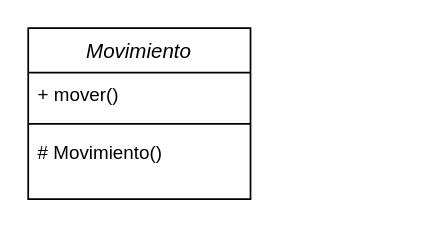
xksis/Tarea1 keeps this draw.io diagram as Diagrama sin título.drawio. Above is the earlier version. Source tidied: cells renumbered, new cells numbered last; positions are measured from the earlier drawing's top-left corner, leaving out a move shared by most shapes. Both pictures are drawn from the tidied source at 171%, with x=0, y=0 at pixel (27, 27).
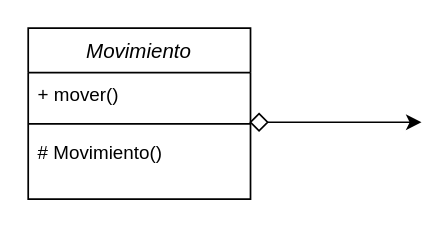
Above is the later version.

What changed in the source:
```diff
@@
 <mxGraphModel>
   <root>
     <mxCell id="0" />
     <mxCell id="1" parent="0" />
     <mxCell id="2" value="Movimiento" style="swimlane;fontStyle=2;align=center;verticalAlign=top;horizontal=1;startSize=26;rounded=0;shadow=0;strokeWidth=1;" parent="1" vertex="1">
       <mxGeometry width="130" height="100" as="geometry" />
     </mxCell>
     <mxCell id="3" value="+ mover()" style="text;align=left;verticalAlign=top;spacingLeft=4;spacingRight=4;overflow=hidden;fontSize=11;" parent="2" vertex="1">
       <mxGeometry y="26" width="130" height="26" as="geometry" />
     </mxCell>
     <mxCell id="4" style="line;html=1;strokeWidth=1;align=left;verticalAlign=middle;spacingTop=-1;spacingLeft=3;spacingRight=3;labelPosition=right;" parent="2" vertex="1">
       <mxGeometry y="52" width="130" height="8" as="geometry" />
     </mxCell>
     <mxCell id="5" value="# Movimiento()&#10;" style="text;align=left;verticalAlign=top;spacingLeft=4;spacingRight=4;overflow=hidden;fontSize=11;" parent="2" vertex="1">
       <mxGeometry y="60" width="130" height="26" as="geometry" />
     </mxCell>
+    <mxCell id="6" style="rhombus;html=1;labelBackgroundColor=#ffffff;" parent="1" vertex="1">
+      <mxGeometry x="130" y="50" width="10" height="10" as="geometry" />
+    </mxCell>
+    <mxCell id="7" style="endArrow=classic;html=1;rounded=0;exitX=1;exitY=0.5;exitDx=0;exitDy=0;" parent="1" edge="1" source="6">
+      <mxGeometry relative="1" as="geometry">
+        <mxPoint x="230" y="55" as="targetPoint" />
+      </mxGeometry>
+    </mxCell>
   </root>
 </mxGraphModel>
```
